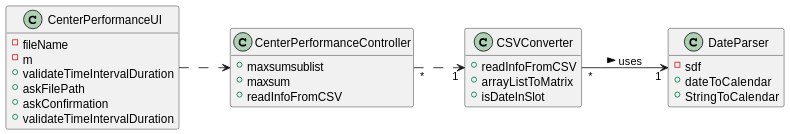
Before: docs/SprintD/US/US16/US016_CD.svg, a diagram exported from PlantUML (PedroMesquita1211171/VaccinationManager).
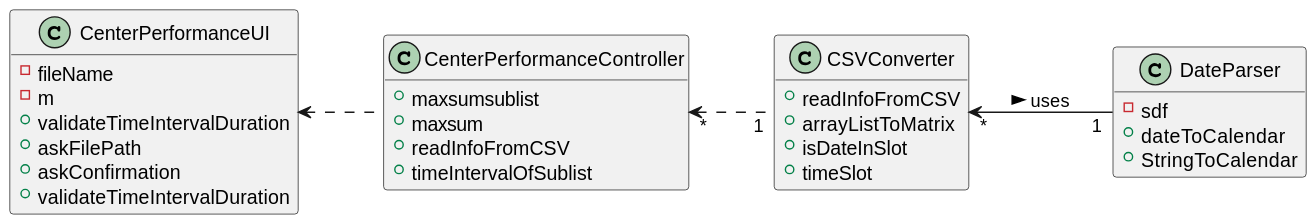
The same file after the commit.

The edit, as a diff of the source:
```diff
@@ -7,7 +7,7 @@
  +readInfoFromCSV
  +arrayListToMatrix
  +isDateInSlot
-
++timeSlot
  }
 
  class DateParser{
@@ -30,12 +30,13 @@
   +maxsumsublist
   +maxsum
   +readInfoFromCSV
+  +timeIntervalOfSublist
   }
 
 
 
- CenterPerformanceUI ..> CenterPerformanceController
- CenterPerformanceController "*" ..> "1" CSVConverter
- CSVConverter "*" --> "1" DateParser: uses >
+ CenterPerformanceUI <.. CenterPerformanceController
+ CenterPerformanceController "*" <.. "1" CSVConverter
+ CSVConverter "*" <-- "1" DateParser: uses >
 
 @enduml
```
